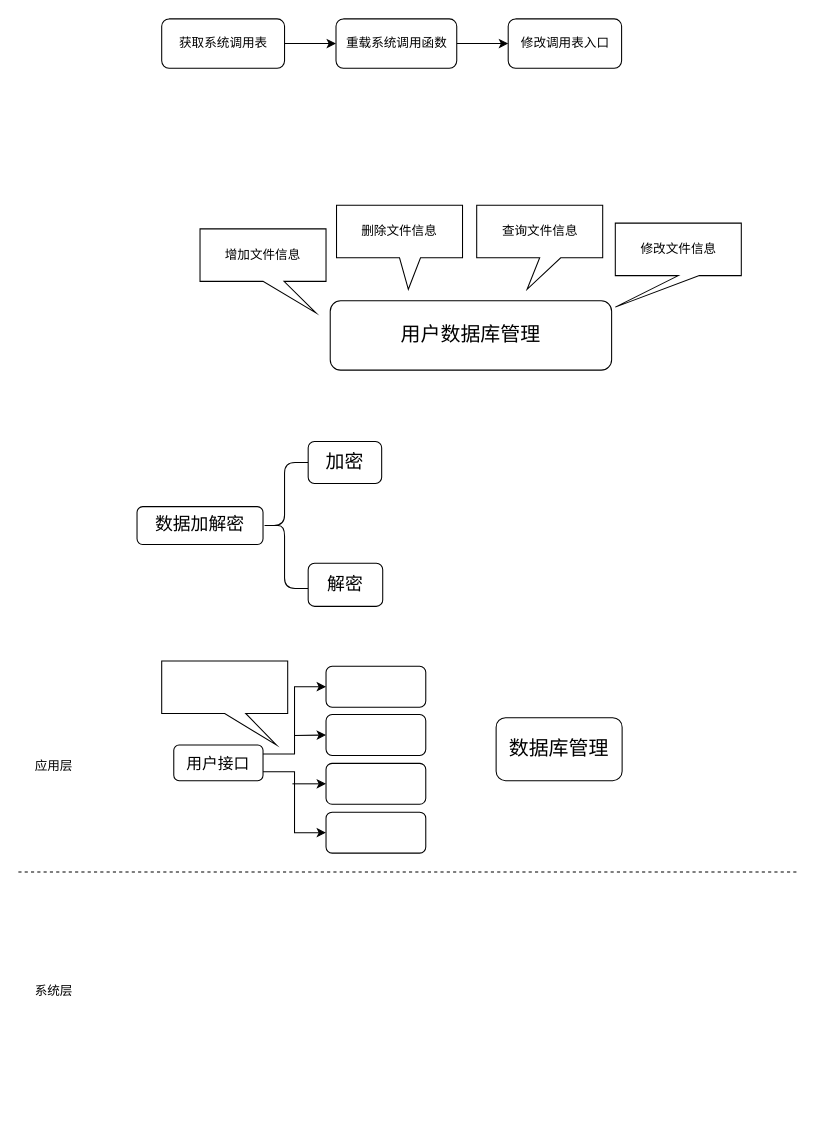
liuliuliuzy/my-repo keeps this draw.io diagram as 未命名表单.drawio. Above is the earlier version. Source tidied: cells renumbered, new cells numbered last; positions are measured from the earlier drawing's top-left corner, leaving out a move shared by most shapes. Both pictures are drawn from the tidied source at 105%, with x=0, y=0 at pixel (18, 19).
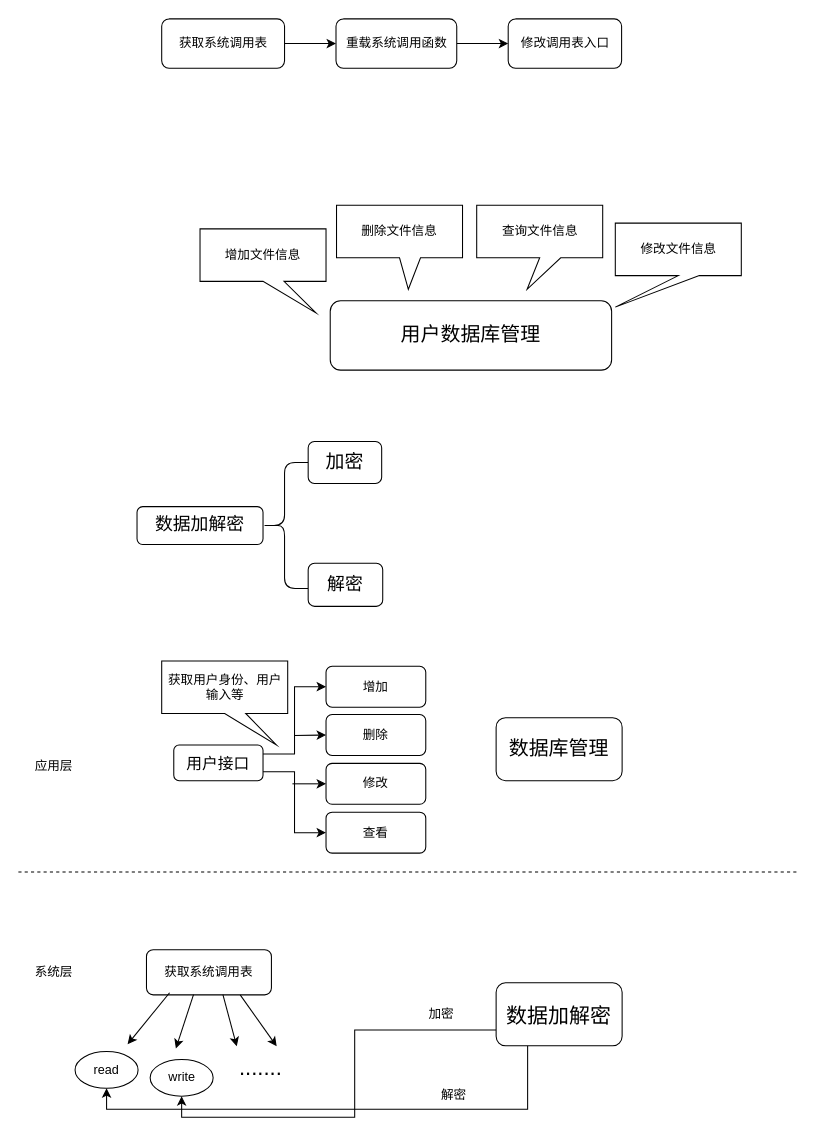
The same diagram, later.

What changed in the source:
```diff
@@
-    <mxCell id="21" style="rounded=1;whiteSpace=wrap;html=1;" parent="1" vertex="1">
+    <mxCell id="21" value="增加" style="rounded=1;whiteSpace=wrap;html=1;" parent="1" vertex="1">
       <mxGeometry x="293" y="616" width="95" height="39" as="geometry" />
     </mxCell>
-    <mxCell id="22" style="rounded=1;whiteSpace=wrap;html=1;" parent="1" vertex="1">
+    <mxCell id="22" value="删除" style="rounded=1;whiteSpace=wrap;html=1;" parent="1" vertex="1">
       <mxGeometry x="293" y="662" width="95" height="39" as="geometry" />
     </mxCell>
-    <mxCell id="23" style="rounded=1;whiteSpace=wrap;html=1;" parent="1" vertex="1">
+    <mxCell id="23" value="修改" style="rounded=1;whiteSpace=wrap;html=1;" parent="1" vertex="1">
       <mxGeometry x="293" y="708.5" width="95" height="39" as="geometry" />
     </mxCell>
-    <mxCell id="24" style="rounded=1;whiteSpace=wrap;html=1;" parent="1" vertex="1">
+    <mxCell id="24" value="查看" style="rounded=1;whiteSpace=wrap;html=1;" parent="1" vertex="1">
       <mxGeometry x="293" y="755" width="95" height="39" as="geometry" />
     </mxCell>
@@
     <mxCell id="26" value="系统层" style="text;html=1;strokeColor=none;fillColor=none;align=center;verticalAlign=middle;whiteSpace=wrap;rounded=0;" parent="1" vertex="1">
-      <mxGeometry x="14" y="916" width="40" height="20" as="geometry" />
+      <mxGeometry x="14" y="897.5" width="40" height="20" as="geometry" />
     </mxCell>
-    <mxCell id="27" style="shape=callout;whiteSpace=wrap;html=1;perimeter=calloutPerimeter;position2=0.91;" parent="1" vertex="1">
+    <mxCell id="27" value="获取用户身份、用户输入等" style="shape=callout;whiteSpace=wrap;html=1;perimeter=calloutPerimeter;position2=0.91;" parent="1" vertex="1">
       <mxGeometry x="136.5" y="611" width="120" height="80" as="geometry" />
     </mxCell>
@@
+    <mxCell id="30" value="获取系统调用表" style="rounded=1;whiteSpace=wrap;html=1;" parent="1" vertex="1">
+      <mxGeometry x="122" y="886" width="119" height="43" as="geometry" />
+    </mxCell>
+    <mxCell id="31" style="endArrow=classic;html=1;" parent="1" edge="1">
+      <mxGeometry relative="1" as="geometry">
+        <mxPoint x="144" y="927" as="sourcePoint" />
+        <mxPoint x="104" y="976" as="targetPoint" />
+      </mxGeometry>
+    </mxCell>
+    <mxCell id="32" style="endArrow=classic;html=1;exitX=0.187;exitY=1.076;exitDx=0;exitDy=0;exitPerimeter=0;" parent="1" edge="1">
+      <mxGeometry relative="1" as="geometry">
+        <mxPoint x="166.8" y="928.8" as="sourcePoint" />
+        <mxPoint x="150" y="980" as="targetPoint" />
+      </mxGeometry>
+    </mxCell>
+    <mxCell id="33" style="endArrow=classic;html=1;exitX=0.187;exitY=1.076;exitDx=0;exitDy=0;exitPerimeter=0;" parent="1" edge="1">
+      <mxGeometry relative="1" as="geometry">
+        <mxPoint x="194.8" y="928.8" as="sourcePoint" />
+        <mxPoint x="208" y="978" as="targetPoint" />
+      </mxGeometry>
+    </mxCell>
+    <mxCell id="34" style="endArrow=classic;html=1;exitX=0.75;exitY=1;exitDx=0;exitDy=0;" parent="1" edge="1" source="30">
+      <mxGeometry relative="1" as="geometry">
+        <mxPoint x="246" y="978" as="targetPoint" />
+      </mxGeometry>
+    </mxCell>
+    <mxCell id="35" value="read" style="ellipse;whiteSpace=wrap;html=1;" parent="1" vertex="1">
+      <mxGeometry x="54" y="983" width="60" height="35" as="geometry" />
+    </mxCell>
+    <mxCell id="36" value="write" style="ellipse;whiteSpace=wrap;html=1;" parent="1" vertex="1">
+      <mxGeometry x="125.5" y="990.5" width="60" height="35" as="geometry" />
+    </mxCell>
+    <mxCell id="37" value="&lt;font style=&quot;font-size: 21px&quot;&gt;.......&lt;/font&gt;" style="text;html=1;strokeColor=none;fillColor=none;align=center;verticalAlign=middle;whiteSpace=wrap;rounded=0;" parent="1" vertex="1">
+      <mxGeometry x="211" y="988" width="40" height="20" as="geometry" />
+    </mxCell>
+    <mxCell id="38" style="edgeStyle=orthogonalEdgeStyle;rounded=0;jettySize=auto;html=1;exitX=0.25;exitY=1;exitDx=0;exitDy=0;entryX=0.5;entryY=1;entryDx=0;entryDy=0;" parent="1" edge="1" source="40" target="35">
+      <mxGeometry relative="1" as="geometry" />
+    </mxCell>
+    <mxCell id="39" style="edgeStyle=orthogonalEdgeStyle;rounded=0;jettySize=auto;html=1;exitX=0;exitY=0.75;exitDx=0;exitDy=0;entryX=0.5;entryY=1;entryDx=0;entryDy=0;" parent="1" edge="1" source="40" target="36">
+      <mxGeometry relative="1" as="geometry" />
+    </mxCell>
+    <mxCell id="40" value="&lt;font style=&quot;font-size: 20px&quot;&gt;数据加解密&lt;/font&gt;" style="rounded=1;whiteSpace=wrap;html=1;" parent="1" vertex="1">
+      <mxGeometry x="455" y="917.5" width="120" height="60" as="geometry" />
+    </mxCell>
+    <mxCell id="41" value="加密" style="text;html=1;strokeColor=none;fillColor=none;align=center;verticalAlign=middle;whiteSpace=wrap;rounded=0;" parent="1" vertex="1">
+      <mxGeometry x="383" y="938" width="40" height="20" as="geometry" />
+    </mxCell>
+    <mxCell id="42" value="解密" style="text;html=1;align=left;verticalAlign=top;spacingTop=-4;" parent="1" vertex="1">
+      <mxGeometry x="401" y="1015" width="34" height="14" as="geometry" />
+    </mxCell>
```
